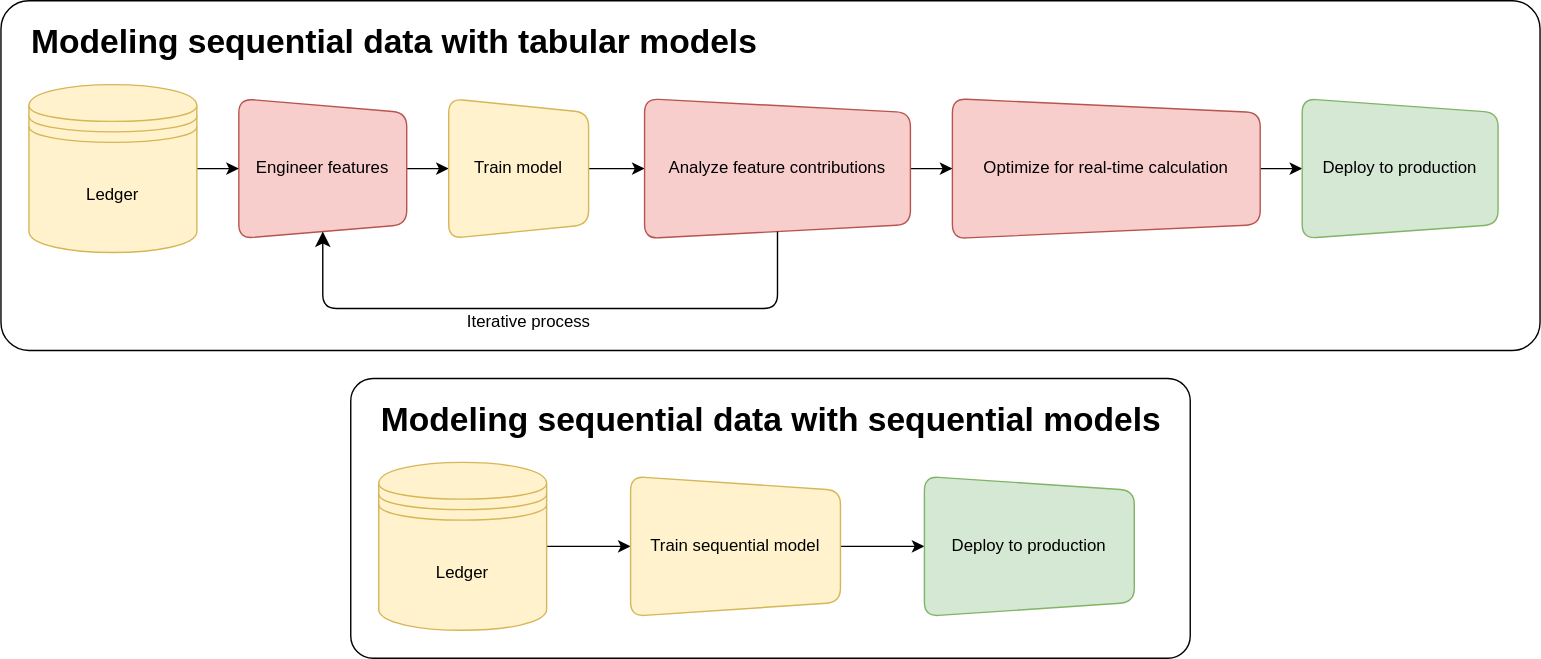
granthamtaylor/windmark keeps this draw.io diagram as docs/diagrams/tabular.drawio.svg. Above is the earlier version. Source tidied: cells renumbered, new cells last; positions are measured from the earlier drawing's top-left corner, leaving out a move shared by most shapes.
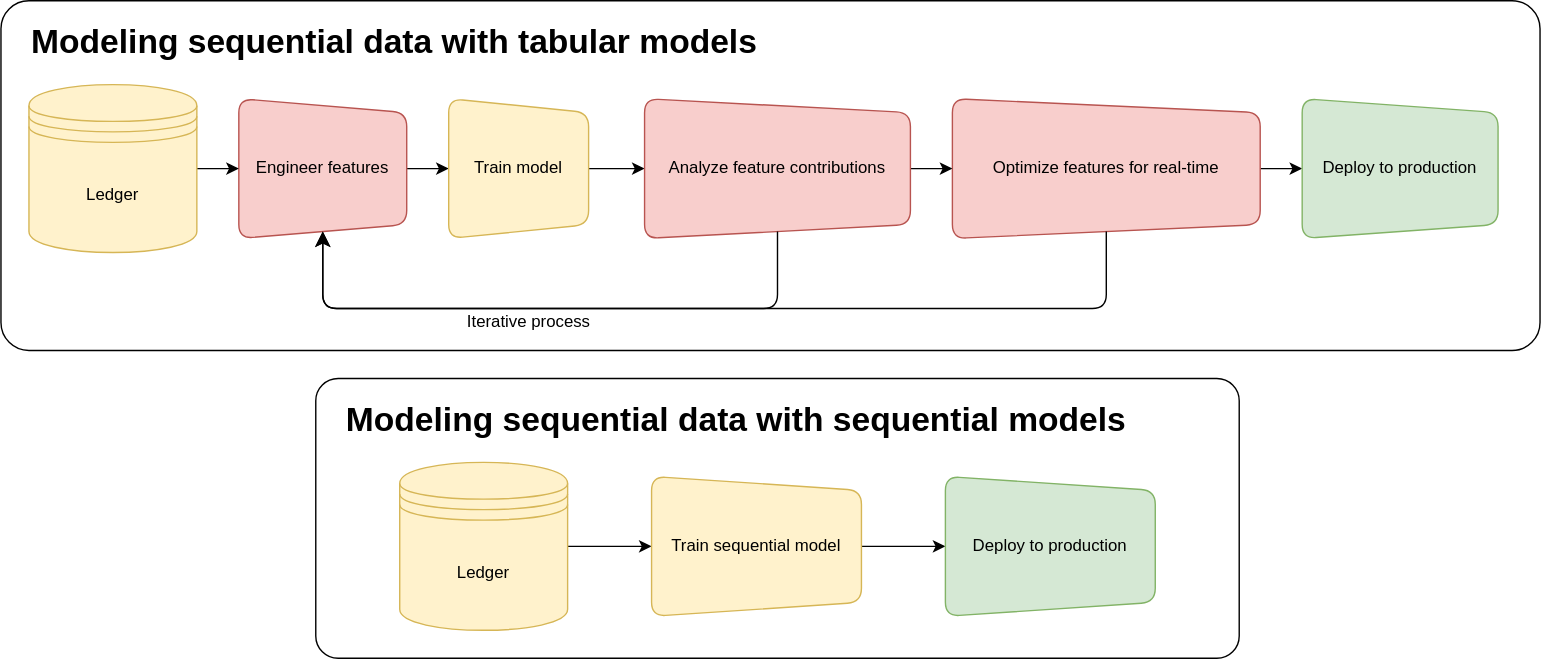
The same file after the commit.

What changed in the source:
```diff
@@ -6,7 +6,7 @@
       <mxGeometry width="1100" height="250" as="geometry" />
     </mxCell>
     <mxCell id="3" style="rounded=1;whiteSpace=wrap;html=1;arcSize=8;" parent="1" vertex="1">
-      <mxGeometry x="250" y="270" width="600" height="200" as="geometry" />
+      <mxGeometry x="225" y="270" width="660" height="200" as="geometry" />
     </mxCell>
     <mxCell id="4" style="edgeStyle=none;html=1;" parent="1" edge="1" source="5" target="9">
       <mxGeometry relative="1" as="geometry" />
@@ -31,7 +31,7 @@
     <mxCell id="10" style="edgeStyle=none;html=1;entryX=0.5;entryY=1;entryDx=0;entryDy=0;" parent="1" edge="1" source="11" target="19">
       <mxGeometry relative="1" as="geometry" />
     </mxCell>
-    <mxCell id="11" value="Optimize for real-time calculation" style="shape=trapezoid;perimeter=trapezoidPerimeter;whiteSpace=wrap;html=1;fixedSize=1;direction=south;size=10;rounded=1;fillColor=#f8cecc;strokeColor=#b85450;fontStyle=0;" parent="1" vertex="1">
+    <mxCell id="11" value="Optimize features for real-time" style="shape=trapezoid;perimeter=trapezoidPerimeter;whiteSpace=wrap;html=1;fixedSize=1;direction=south;size=10;rounded=1;fillColor=#f8cecc;strokeColor=#b85450;fontStyle=0;" parent="1" vertex="1">
       <mxGeometry x="680" y="70" width="220" height="100" as="geometry" />
     </mxCell>
     <mxCell id="12" style="edgeStyle=none;html=1;entryX=0.5;entryY=1;entryDx=0;entryDy=0;" parent="1" edge="1" source="13" target="11">
@@ -44,16 +44,16 @@
       <mxGeometry relative="1" as="geometry" />
     </mxCell>
     <mxCell id="15" value="Ledger" style="shape=datastore;whiteSpace=wrap;html=1;fillColor=#fff2cc;strokeColor=#d6b656;" parent="1" vertex="1">
-      <mxGeometry x="270" y="330" width="120" height="120" as="geometry" />
+      <mxGeometry x="285" y="330" width="120" height="120" as="geometry" />
     </mxCell>
     <mxCell id="16" style="edgeStyle=none;html=1;" parent="1" edge="1" source="17" target="18">
       <mxGeometry relative="1" as="geometry" />
     </mxCell>
     <mxCell id="17" value="Train sequential model" style="shape=trapezoid;perimeter=trapezoidPerimeter;whiteSpace=wrap;html=1;fixedSize=1;direction=south;size=10;rounded=1;fillColor=#fff2cc;strokeColor=#d6b656;" parent="1" vertex="1">
-      <mxGeometry x="450" y="340" width="150" height="100" as="geometry" />
+      <mxGeometry x="465" y="340" width="150" height="100" as="geometry" />
     </mxCell>
     <mxCell id="18" value="Deploy to production" style="shape=trapezoid;perimeter=trapezoidPerimeter;whiteSpace=wrap;html=1;fixedSize=1;direction=south;size=10;rounded=1;fillColor=#d5e8d4;strokeColor=#82b366;" parent="1" vertex="1">
-      <mxGeometry x="660" y="340" width="150" height="100" as="geometry" />
+      <mxGeometry x="675" y="340" width="150" height="100" as="geometry" />
     </mxCell>
     <mxCell id="19" value="Deploy to production" style="shape=trapezoid;perimeter=trapezoidPerimeter;whiteSpace=wrap;html=1;fixedSize=1;direction=south;size=10;rounded=1;fillColor=#d5e8d4;strokeColor=#82b366;" parent="1" vertex="1">
       <mxGeometry x="930" y="70" width="140" height="100" as="geometry" />
@@ -69,10 +69,17 @@
       <mxGeometry x="20" y="10" width="700" height="40" as="geometry" />
     </mxCell>
     <mxCell id="22" value="Modeling sequential data with sequential models" style="text;strokeColor=none;fillColor=none;html=1;fontSize=24;fontStyle=1;verticalAlign=middle;align=left;" parent="1" vertex="1">
-      <mxGeometry x="270" y="280" width="580" height="40" as="geometry" />
+      <mxGeometry x="245" y="280" width="580" height="40" as="geometry" />
     </mxCell>
     <mxCell id="23" value="Iterative process" style="text;strokeColor=none;align=center;fillColor=none;html=1;verticalAlign=middle;whiteSpace=wrap;rounded=0;" parent="1" vertex="1">
       <mxGeometry x="325" y="220" width="105" height="20" as="geometry" />
     </mxCell>
+    <mxCell id="24" style="edgeStyle=elbowEdgeStyle;elbow=vertical;endArrow=classic;html=1;rounded=1;endSize=8;startSize=8;entryX=1;entryY=0.5;entryDx=0;entryDy=0;exitX=1;exitY=0.5;exitDx=0;exitDy=0;" parent="1" edge="1" source="11" target="5">
+      <mxGeometry relative="1" as="geometry">
+        <Array as="points">
+          <mxPoint x="520" y="220" />
+        </Array>
+      </mxGeometry>
+    </mxCell>
   </root>
 </mxGraphModel>
```
